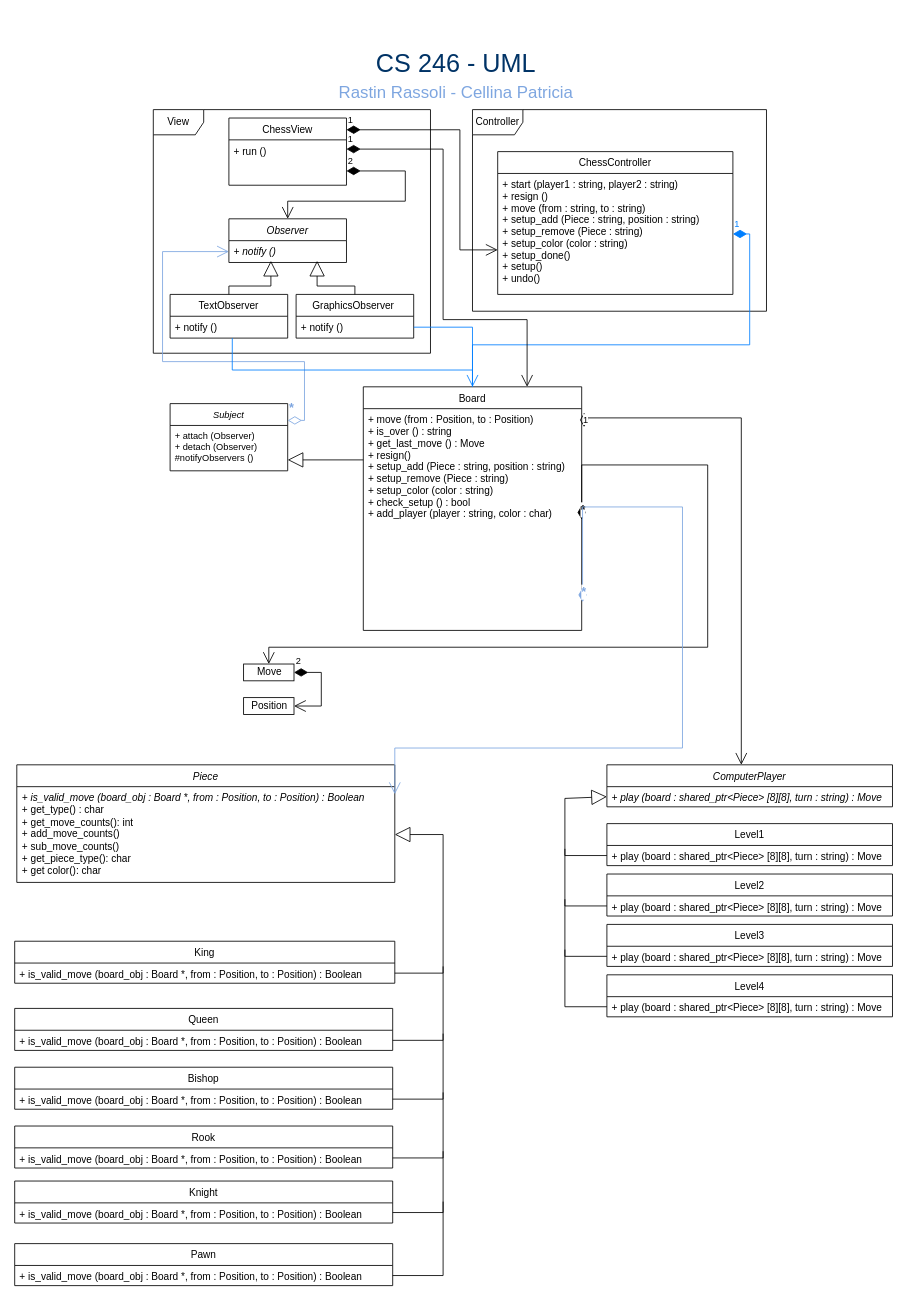
This is ChessUML.drawio from rastin1379/CS_246_Project, a draw.io file, before an edit. Source tidied: cells renumbered, new cells numbered last; positions are measured from the earlier drawing's top-left corner, leaving out a move shared by most shapes. Both pictures are drawn from the tidied source at 84%, with x=0, y=0 at pixel (14, 50).
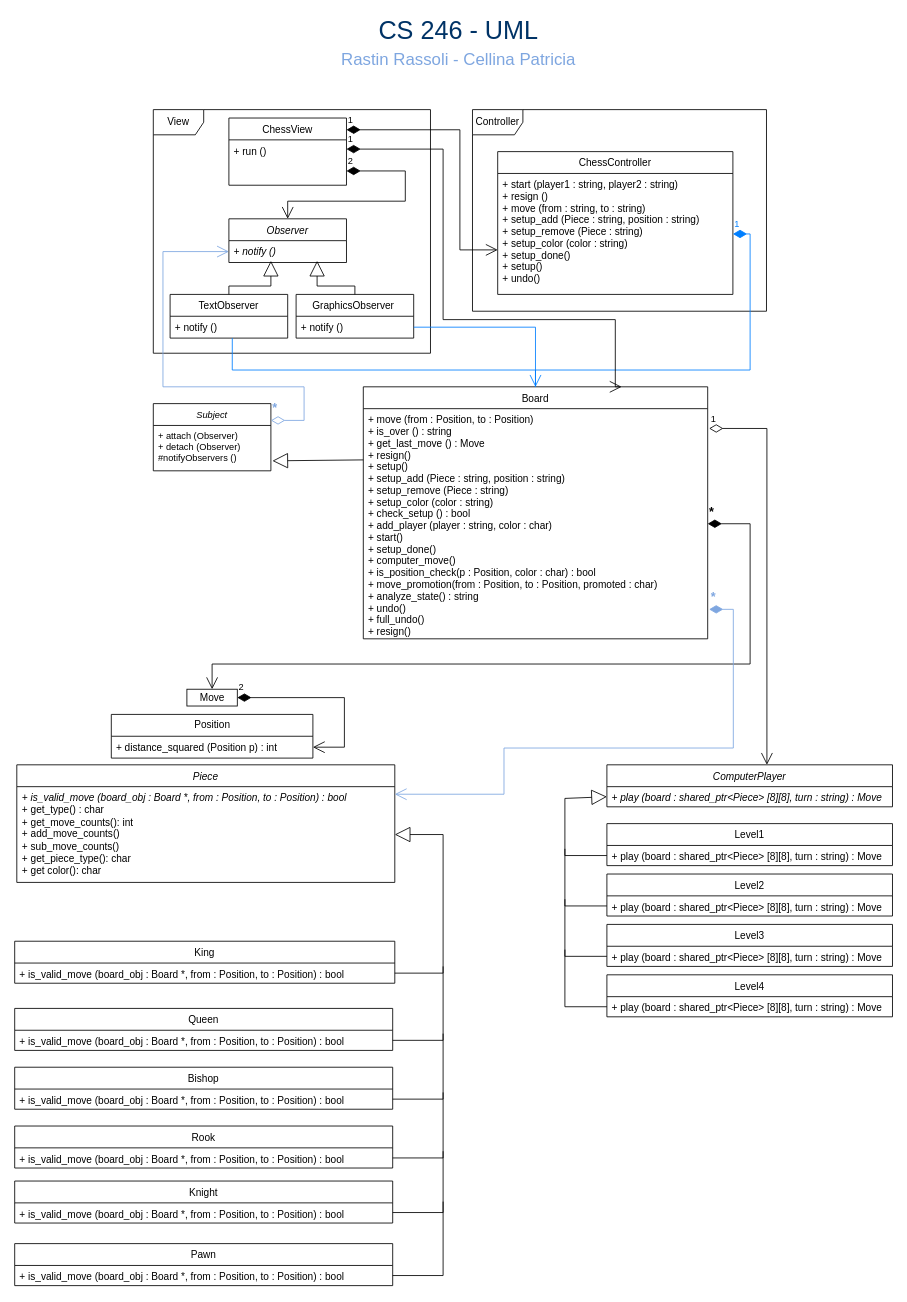
The same page after the edit.

Unchanged cells that the change refers to:
```xml
<mxCell id="7" value="+ notify ()" style="text;strokeColor=none;fillColor=none;align=left;verticalAlign=top;spacingLeft=4;spacingRight=4;overflow=hidden;points=[[0,0.5],[1,0.5]];portConstraint=eastwest;fontStyle=2;" parent="6" vertex="1">
  <mxGeometry y="26" width="140" height="26" as="geometry" />
</mxCell>
<mxCell id="10" value="+ notify ()" style="text;strokeColor=none;fillColor=none;align=left;verticalAlign=top;spacingLeft=4;spacingRight=4;overflow=hidden;points=[[0,0.5],[1,0.5]];portConstraint=eastwest;fontStyle=0;" parent="8" vertex="1">
  <mxGeometry y="26" width="140" height="26" as="geometry" />
</mxCell>
<mxCell id="12" value="+ notify ()" style="text;strokeColor=none;fillColor=none;align=left;verticalAlign=top;spacingLeft=4;spacingRight=4;overflow=hidden;points=[[0,0.5],[1,0.5]];portConstraint=eastwest;fontStyle=0;" parent="11" vertex="1">
  <mxGeometry y="26" width="140" height="26" as="geometry" />
</mxCell>
<mxCell id="15" value="+ start (player1 : string, player2 : string)&#10;+ resign ()&#10;+ move (from : string, to : string)&#10;+ setup_add (Piece : string, position : string)&#10;+ setup_remove (Piece : string)&#10;+ setup_color (color : string)&#10;+ setup_done()&#10;+ setup()&#10;+ undo()" style="text;strokeColor=none;fillColor=none;align=left;verticalAlign=top;spacingLeft=4;spacingRight=4;overflow=hidden;points=[[0,0.5],[1,0.5]];portConstraint=eastwest;" parent="14" vertex="1">
  <mxGeometry y="26" width="280" height="144" as="geometry" />
</mxCell>
<mxCell id="18" value="ComputerPlayer" style="swimlane;fontStyle=2;horizontal=1;startSize=26;fillColor=none;" parent="1" vertex="1">
  <mxGeometry x="705" y="850" width="340" height="50" as="geometry" />
</mxCell>
<mxCell id="36" value="Piece" style="swimlane;fontStyle=2;horizontal=1;startSize=26;fillColor=none;" parent="1" vertex="1">
  <mxGeometry x="2.5" y="850" width="450" height="140" as="geometry" />
</mxCell>
<mxCell id="38" value="King" style="swimlane;fontStyle=0;horizontal=1;startSize=26;fillColor=none;" parent="1" vertex="1">
  <mxGeometry y="1060" width="452.5" height="50" as="geometry" />
</mxCell>
<mxCell id="40" value="Queen" style="swimlane;fontStyle=0;horizontal=1;startSize=26;fillColor=none;" parent="1" vertex="1">
  <mxGeometry y="1140" width="450" height="50" as="geometry" />
</mxCell>
<mxCell id="42" value="Bishop" style="swimlane;fontStyle=0;horizontal=1;startSize=26;fillColor=none;" parent="1" vertex="1">
  <mxGeometry y="1210" width="450" height="50" as="geometry" />
</mxCell>
<mxCell id="44" value="Rook" style="swimlane;fontStyle=0;horizontal=1;startSize=26;fillColor=none;" parent="1" vertex="1">
  <mxGeometry y="1280" width="450" height="50" as="geometry" />
</mxCell>
<mxCell id="46" value="Knight" style="swimlane;fontStyle=0;horizontal=1;startSize=26;fillColor=none;" parent="1" vertex="1">
  <mxGeometry y="1345.5" width="450" height="50" as="geometry" />
</mxCell>
<mxCell id="48" value="Pawn" style="swimlane;fontStyle=0;horizontal=1;startSize=26;fillColor=none;" parent="1" vertex="1">
  <mxGeometry y="1420" width="450" height="50" as="geometry" />
</mxCell>
<mxCell id="52" value="+ attach (Observer)&#10;+ detach (Observer)&#10;#notifyObservers ()&#10;" style="text;strokeColor=none;fillColor=none;align=left;verticalAlign=top;spacingLeft=4;spacingRight=4;overflow=hidden;points=[[0,0.5],[1,0.5]];portConstraint=eastwest;fontSize=11;" parent="51" vertex="1">
  <mxGeometry y="26" width="140" height="54" as="geometry" />
</mxCell>
```

What changed in the source:
```diff
@@
     <mxCell id="16" value="Board" style="swimlane;fontStyle=0;horizontal=1;startSize=26;fillColor=none;" parent="1" vertex="1">
-      <mxGeometry x="415" y="400" width="260" height="290" as="geometry" />
+      <mxGeometry x="415" y="400" width="410" height="300" as="geometry" />
     </mxCell>
-    <mxCell id="17" value="+ move (from : Position, to : Position) &#10;+ is_over () : string &#10;+ get_last_move () : Move&#10;+ resign()&#10;+ setup_add (Piece : string, position : string)&#10;+ setup_remove (Piece : string)&#10;+ setup_color (color : string)&#10;+ check_setup () : bool&#10;+ add_player (player : string, color : char)" style="text;strokeColor=none;fillColor=none;align=left;verticalAlign=top;spacingLeft=4;spacingRight=4;overflow=hidden;points=[[0,0.5],[1,0.5]];portConstraint=eastwest;" parent="16" vertex="1">
-      <mxGeometry y="26" width="260" height="264" as="geometry" />
+    <mxCell id="17" value="+ move (from : Position, to : Position) &#10;+ is_over () : string &#10;+ get_last_move () : Move&#10;+ resign()&#10;+ setup()&#10;+ setup_add (Piece : string, position : string)&#10;+ setup_remove (Piece : string)&#10;+ setup_color (color : string)&#10;+ check_setup () : bool&#10;+ add_player (player : string, color : char)&#10;+ start()&#10;+ setup_done()&#10;+ computer_move()&#10;+ is_position_check(p : Position, color : char) : bool&#10;+ move_promotion(from : Position, to : Position, promoted : char)&#10;+ analyze_state() : string&#10;+ undo()&#10;+ full_undo()&#10;+ resign()&#10;" style="text;strokeColor=none;fillColor=none;align=left;verticalAlign=top;spacingLeft=4;spacingRight=4;overflow=hidden;points=[[0,0.5],[1,0.5]];portConstraint=eastwest;" parent="16" vertex="1">
+      <mxGeometry y="26" width="410" height="274" as="geometry" />
     </mxCell>
@@
-    <mxCell id="28" value="1" style="endArrow=open;html=1;endSize=12;startArrow=diamondThin;startSize=14;startFill=0;edgeStyle=orthogonalEdgeStyle;align=left;verticalAlign=bottom;rounded=0;exitX=1.011;exitY=0.083;exitDx=0;exitDy=0;exitPerimeter=0;" parent="1" edge="1" source="17" target="18">
+    <mxCell id="28" value="1" style="endArrow=open;html=1;endSize=12;startArrow=diamondThin;startSize=14;startFill=0;edgeStyle=orthogonalEdgeStyle;align=left;verticalAlign=bottom;rounded=0;exitX=1.004;exitY=0.086;exitDx=0;exitDy=0;exitPerimeter=0;" parent="1" edge="1" source="17" target="18">
       <mxGeometry x="-1" y="3" relative="1" as="geometry">
         <Array as="points">
-          <mxPoint x="865" y="437" />
+          <mxPoint x="895.5" y="450" />
         </Array>
       </mxGeometry>
     </mxCell>
@@
     <mxCell id="30" value="1" style="endArrow=open;html=1;endSize=12;startArrow=diamondThin;startSize=14;startFill=1;edgeStyle=orthogonalEdgeStyle;align=left;verticalAlign=bottom;rounded=0;entryX=0.5;entryY=0;entryDx=0;entryDy=0;exitX=1;exitY=0.5;exitDx=0;exitDy=0;strokeColor=#007FFF;fontColor=#007FFF;" parent="1" edge="1" source="15" target="16">
       <mxGeometry x="-1" y="3" relative="1" as="geometry">
         <Array as="points">
-          <mxPoint x="875" y="218" />
-          <mxPoint x="875" y="350" />
-          <mxPoint x="545" y="350" />
+          <mxPoint x="875.5" y="218" />
+          <mxPoint x="875.5" y="380" />
+          <mxPoint x="619.5" y="380" />
         </Array>
       </mxGeometry>
     </mxCell>
@@
     <mxCell id="32" value="Move" style="html=1;" parent="1" vertex="1">
-      <mxGeometry x="272.5" y="730" width="60" height="20" as="geometry" />
+      <mxGeometry x="205" y="760" width="60" height="20" as="geometry" />
     </mxCell>
-    <mxCell id="33" value="Position" style="html=1;" parent="1" vertex="1">
-      <mxGeometry x="272.5" y="770" width="60" height="20" as="geometry" />
-    </mxCell>
     <mxCell id="34" value="&lt;font style=&quot;font-size: 15px&quot;&gt;&lt;b&gt;*&lt;/b&gt;&lt;/font&gt;" style="endArrow=open;html=1;endSize=12;startArrow=diamondThin;startSize=14;startFill=1;edgeStyle=orthogonalEdgeStyle;align=left;verticalAlign=bottom;rounded=0;entryX=0.5;entryY=0;entryDx=0;entryDy=0;exitX=1;exitY=0.5;exitDx=0;exitDy=0;" parent="1" edge="1" source="17" target="32">
       <mxGeometry x="-1" y="3" relative="1" as="geometry">
         <Array as="points">
-          <mxPoint x="825" y="493" />
-          <mxPoint x="825" y="710" />
-          <mxPoint x="303" y="710" />
+          <mxPoint x="875.5" y="563" />
+          <mxPoint x="875.5" y="730" />
+          <mxPoint x="234.5" y="730" />
         </Array>
       </mxGeometry>
     </mxCell>
-    <mxCell id="35" value="&lt;font style=&quot;font-size: 11px&quot;&gt;2&lt;/font&gt;" style="endArrow=open;html=1;endSize=12;startArrow=diamondThin;startSize=14;startFill=1;edgeStyle=orthogonalEdgeStyle;align=left;verticalAlign=bottom;rounded=0;fontSize=15;exitX=1;exitY=0.5;exitDx=0;exitDy=0;entryX=1;entryY=0.5;entryDx=0;entryDy=0;" parent="1" edge="1" source="32" target="33">
+    <mxCell id="35" value="&lt;font style=&quot;font-size: 11px&quot;&gt;2&lt;/font&gt;" style="endArrow=open;html=1;endSize=12;startArrow=diamondThin;startSize=14;startFill=1;edgeStyle=orthogonalEdgeStyle;align=left;verticalAlign=bottom;rounded=0;fontSize=15;exitX=1;exitY=0.5;exitDx=0;exitDy=0;entryX=1;entryY=0.5;entryDx=0;entryDy=0;" parent="1" edge="1" source="32" target="70">
       <mxGeometry x="-1" y="3" relative="1" as="geometry">
         <Array as="points">
-          <mxPoint x="365" y="740" />
-          <mxPoint x="365" y="780" />
+          <mxPoint x="392.5" y="770" />
+          <mxPoint x="392.5" y="829" />
         </Array>
       </mxGeometry>
     </mxCell>
@@
-    <mxCell id="37" value="&lt;i&gt;+ is_valid_move (board_obj : Board *, from : Position, to : Position) : Boolean&amp;nbsp;&lt;br&gt;&lt;/i&gt;+ get_type() : char&lt;br&gt;+ get_move_counts(): int&lt;br&gt;+ add_move_counts()&lt;br&gt;+ sub_move_counts()&lt;br&gt;+ get_piece_type(): char&lt;br&gt;+ get color(): char" style="text;strokeColor=none;fillColor=none;align=left;verticalAlign=top;spacingLeft=4;spacingRight=4;overflow=hidden;points=[[0,0.5],[1,0.5]];portConstraint=eastwest;fontStyle=0;html=1;" parent="36" vertex="1">
+    <mxCell id="37" value="&lt;i&gt;+ is_valid_move (board_obj : Board *, from : Position, to : Position) : bool&amp;nbsp;&lt;br&gt;&lt;/i&gt;+ get_type() : char&lt;br&gt;+ get_move_counts(): int&lt;br&gt;+ add_move_counts()&lt;br&gt;+ sub_move_counts()&lt;br&gt;+ get_piece_type(): char&lt;br&gt;+ get color(): char" style="text;strokeColor=none;fillColor=none;align=left;verticalAlign=top;spacingLeft=4;spacingRight=4;overflow=hidden;points=[[0,0.5],[1,0.5]];portConstraint=eastwest;fontStyle=0;html=1;" parent="36" vertex="1">
       <mxGeometry y="26" width="450" height="114" as="geometry" />
     </mxCell>
@@
-    <mxCell id="39" value="+ is_valid_move (board_obj : Board *, from : Position, to : Position) : Boolean" style="text;strokeColor=none;fillColor=none;align=left;verticalAlign=top;spacingLeft=4;spacingRight=4;overflow=hidden;points=[[0,0.5],[1,0.5]];portConstraint=eastwest;fontStyle=0;" parent="38" vertex="1">
+    <mxCell id="39" value="+ is_valid_move (board_obj : Board *, from : Position, to : Position) : bool" style="text;strokeColor=none;fillColor=none;align=left;verticalAlign=top;spacingLeft=4;spacingRight=4;overflow=hidden;points=[[0,0.5],[1,0.5]];portConstraint=eastwest;fontStyle=0;" parent="38" vertex="1">
       <mxGeometry y="26" width="452.5" height="24" as="geometry" />
     </mxCell>
@@
-    <mxCell id="41" value="+ is_valid_move (board_obj : Board *, from : Position, to : Position) : Boolean" style="text;strokeColor=none;fillColor=none;align=left;verticalAlign=top;spacingLeft=4;spacingRight=4;overflow=hidden;points=[[0,0.5],[1,0.5]];portConstraint=eastwest;fontStyle=0;" parent="40" vertex="1">
+    <mxCell id="41" value="+ is_valid_move (board_obj : Board *, from : Position, to : Position) : bool" style="text;strokeColor=none;fillColor=none;align=left;verticalAlign=top;spacingLeft=4;spacingRight=4;overflow=hidden;points=[[0,0.5],[1,0.5]];portConstraint=eastwest;fontStyle=0;" parent="40" vertex="1">
       <mxGeometry y="26" width="450" height="24" as="geometry" />
     </mxCell>
@@
-    <mxCell id="43" value="+ is_valid_move (board_obj : Board *, from : Position, to : Position) : Boolean" style="text;strokeColor=none;fillColor=none;align=left;verticalAlign=top;spacingLeft=4;spacingRight=4;overflow=hidden;points=[[0,0.5],[1,0.5]];portConstraint=eastwest;fontStyle=0;" parent="42" vertex="1">
+    <mxCell id="43" value="+ is_valid_move (board_obj : Board *, from : Position, to : Position) : bool" style="text;strokeColor=none;fillColor=none;align=left;verticalAlign=top;spacingLeft=4;spacingRight=4;overflow=hidden;points=[[0,0.5],[1,0.5]];portConstraint=eastwest;fontStyle=0;" parent="42" vertex="1">
       <mxGeometry y="26" width="450" height="24" as="geometry" />
     </mxCell>
@@
-    <mxCell id="45" value="+ is_valid_move (board_obj : Board *, from : Position, to : Position) : Boolean" style="text;strokeColor=none;fillColor=none;align=left;verticalAlign=top;spacingLeft=4;spacingRight=4;overflow=hidden;points=[[0,0.5],[1,0.5]];portConstraint=eastwest;fontStyle=0;" parent="44" vertex="1">
+    <mxCell id="45" value="+ is_valid_move (board_obj : Board *, from : Position, to : Position) : bool" style="text;strokeColor=none;fillColor=none;align=left;verticalAlign=top;spacingLeft=4;spacingRight=4;overflow=hidden;points=[[0,0.5],[1,0.5]];portConstraint=eastwest;fontStyle=0;" parent="44" vertex="1">
       <mxGeometry y="26" width="450" height="24" as="geometry" />
     </mxCell>
@@
-    <mxCell id="47" value="+ is_valid_move (board_obj : Board *, from : Position, to : Position) : Boolean" style="text;strokeColor=none;fillColor=none;align=left;verticalAlign=top;spacingLeft=4;spacingRight=4;overflow=hidden;fontStyle=0;" parent="46" vertex="1">
+    <mxCell id="47" value="+ is_valid_move (board_obj : Board *, from : Position, to : Position) : bool" style="text;strokeColor=none;fillColor=none;align=left;verticalAlign=top;spacingLeft=4;spacingRight=4;overflow=hidden;fontStyle=0;" parent="46" vertex="1">
       <mxGeometry y="26" width="450" height="24" as="geometry" />
     </mxCell>
@@
-    <mxCell id="49" value="+ is_valid_move (board_obj : Board *, from : Position, to : Position) : Boolean" style="text;strokeColor=none;fillColor=none;align=left;verticalAlign=top;spacingLeft=4;spacingRight=4;overflow=hidden;points=[[0,0.5],[1,0.5]];portConstraint=eastwest;fontStyle=0;" parent="48" vertex="1">
+    <mxCell id="49" value="+ is_valid_move (board_obj : Board *, from : Position, to : Position) : bool" style="text;strokeColor=none;fillColor=none;align=left;verticalAlign=top;spacingLeft=4;spacingRight=4;overflow=hidden;points=[[0,0.5],[1,0.5]];portConstraint=eastwest;fontStyle=0;" parent="48" vertex="1">
       <mxGeometry y="26" width="450" height="24" as="geometry" />
     </mxCell>
     <mxCell id="50" value="&lt;font style=&quot;font-size: 15px&quot;&gt;&lt;b&gt;*&lt;/b&gt;&lt;/font&gt;" style="endArrow=open;html=1;endSize=12;startArrow=diamondThin;startSize=14;startFill=1;edgeStyle=orthogonalEdgeStyle;align=left;verticalAlign=bottom;rounded=0;entryX=1;entryY=0.25;entryDx=0;entryDy=0;exitX=1.004;exitY=0.872;exitDx=0;exitDy=0;exitPerimeter=0;strokeColor=#7EA6E0;fontColor=#7EA6E0;" parent="1" edge="1" source="17" target="36">
       <mxGeometry x="-1" y="3" relative="1" as="geometry">
         <Array as="points">
-          <mxPoint x="795" y="543" />
-          <mxPoint x="795" y="830" />
-          <mxPoint x="452" y="830" />
+          <mxPoint x="855.5" y="665" />
+          <mxPoint x="855.5" y="830" />
+          <mxPoint x="582.5" y="830" />
+          <mxPoint x="582.5" y="885" />
         </Array>
       </mxGeometry>
     </mxCell>
     <mxCell id="51" value="Subject" style="swimlane;fontStyle=2;horizontal=1;startSize=26;fillColor=none;fontSize=11;" parent="1" vertex="1">
-      <mxGeometry x="185" y="420" width="140" height="80" as="geometry" />
+      <mxGeometry x="165" y="420" width="140" height="80" as="geometry" />
     </mxCell>
@@
-    <mxCell id="53" style="endArrow=block;endSize=16;endFill=0;html=1;rounded=0;fontSize=11;" parent="1" edge="1">
+    <mxCell id="53" style="endArrow=block;endSize=16;endFill=0;html=1;rounded=0;fontSize=11;entryX=1.013;entryY=0.78;entryDx=0;entryDy=0;entryPerimeter=0;" parent="1" edge="1" target="52">
       <mxGeometry relative="1" as="geometry">
         <mxPoint x="415" y="487" as="sourcePoint" />
-        <mxPoint x="325" y="487" as="targetPoint" />
       </mxGeometry>
     </mxCell>
     <mxCell id="54" value="&lt;font style=&quot;font-size: 15px&quot;&gt;&lt;b&gt;*&lt;/b&gt;&lt;/font&gt;" style="endArrow=open;html=1;endSize=12;startArrow=diamondThin;startSize=14;startFill=0;edgeStyle=orthogonalEdgeStyle;align=left;verticalAlign=bottom;rounded=0;fontSize=11;entryX=0;entryY=0.5;entryDx=0;entryDy=0;exitX=1;exitY=0.25;exitDx=0;exitDy=0;fontColor=#7EA6E0;strokeColor=#7EA6E0;" parent="1" edge="1" source="51" target="7">
       <mxGeometry x="-1" y="3" relative="1" as="geometry">
         <Array as="points">
-          <mxPoint x="345" y="440" />
-          <mxPoint x="345" y="370" />
-          <mxPoint x="176" y="370" />
-          <mxPoint x="176" y="239" />
+          <mxPoint x="344.5" y="440" />
+          <mxPoint x="344.5" y="400" />
+          <mxPoint x="176.5" y="400" />
+          <mxPoint x="176.5" y="239" />
         </Array>
       </mxGeometry>
     </mxCell>
     <mxCell id="55" style="endArrow=none;html=1;rounded=0;exitX=1;exitY=0.5;exitDx=0;exitDy=0;entryX=0.5;entryY=0;entryDx=0;entryDy=0;strokeColor=#007FFF;" parent="1" edge="1" source="10" target="16">
       <mxGeometry relative="1" as="geometry">
         <Array as="points">
-          <mxPoint x="545" y="329" />
+          <mxPoint x="620" y="329" />
         </Array>
       </mxGeometry>
     </mxCell>
     <mxCell id="56" style="endArrow=none;html=1;rounded=0;entryX=0.529;entryY=1;entryDx=0;entryDy=0;entryPerimeter=0;exitX=0.5;exitY=0;exitDx=0;exitDy=0;strokeColor=#007FFF;" parent="1" edge="1" source="16" target="12">
       <mxGeometry relative="1" as="geometry">
         <Array as="points">
-          <mxPoint x="545" y="380" />
+          <mxPoint x="620" y="380" />
           <mxPoint x="259" y="380" />
         </Array>
       </mxGeometry>
     </mxCell>
     <mxCell id="57" value="&lt;font style=&quot;font-size: 30px&quot; color=&quot;#003366&quot;&gt;CS 246 - UML&lt;/font&gt;" style="text;html=1;align=center;verticalAlign=middle;strokeColor=none;fillColor=none;" parent="1" vertex="1">
-      <mxGeometry x="420" width="210" height="30" as="geometry" />
+      <mxGeometry x="422.5" y="-40" width="210" height="30" as="geometry" />
     </mxCell>
     <mxCell id="58" value="&lt;font style=&quot;font-size: 20px&quot; color=&quot;#7ea6e0&quot;&gt;Rastin Rassoli - Cellina Patricia&lt;/font&gt;" style="text;html=1;align=center;verticalAlign=middle;strokeColor=none;fillColor=none;" parent="1" vertex="1">
-      <mxGeometry x="380" y="39" width="290" height="20" as="geometry" />
+      <mxGeometry x="382.5" y="-1" width="290" height="20" as="geometry" />
     </mxCell>
     <mxCell id="59" value="1" style="endArrow=open;html=1;endSize=12;startArrow=diamondThin;startSize=14;startFill=1;edgeStyle=orthogonalEdgeStyle;align=left;verticalAlign=bottom;rounded=0;entryX=0.75;entryY=0;entryDx=0;entryDy=0;exitX=1;exitY=0.25;exitDx=0;exitDy=0;" parent="1" edge="1" target="16">
       <mxGeometry x="-1" y="3" relative="1" as="geometry">
         <mxPoint x="395" y="117" as="sourcePoint" />
         <Array as="points">
           <mxPoint x="510" y="117" />
           <mxPoint x="510" y="320" />
-          <mxPoint x="610" y="320" />
+          <mxPoint x="715" y="320" />
+          <mxPoint x="715" y="400" />
         </Array>
       </mxGeometry>
     </mxCell>
@@
+    <mxCell id="33" value="Position" style="swimlane;fontStyle=0;horizontal=1;startSize=26;fillColor=none;fontColor=#000000;html=1;" parent="1" vertex="1">
+      <mxGeometry x="115" y="790" width="240" height="52" as="geometry" />
+    </mxCell>
+    <mxCell id="70" value="+ distance_squared (Position p) : int" style="text;strokeColor=none;fillColor=none;align=left;verticalAlign=top;spacingLeft=4;spacingRight=4;overflow=hidden;points=[[0,0.5],[1,0.5]];portConstraint=eastwest;fontColor=#000000;html=1;" parent="33" vertex="1">
+      <mxGeometry y="26" width="240" height="26" as="geometry" />
+    </mxCell>
```
